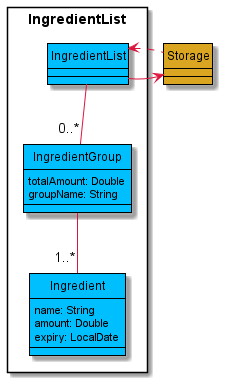
Above: docs/images/IngredientListDiagram.png in nus-cs2113-AY2122S1/tp (PlantUML), before the change.
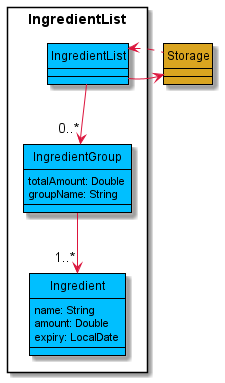
The same diagram one commit later.

Commit message:
Some edits to diagram based on DG peer review

What changed in the source:
```diff
@@ -17,11 +17,11 @@
 
 class Storage #GoldenRod
 
-IngredientList -- "0..*" IngredientGroup
+IngredientList --> "0..*" IngredientGroup
 IngredientGroup : totalAmount: Double
 IngredientGroup : groupName: String
 
-IngredientGroup -- "1..*" Ingredient
+IngredientGroup --> "1..*" Ingredient
 Ingredient : name: String
 Ingredient : amount: Double
 Ingredient : expiry: LocalDate
```
